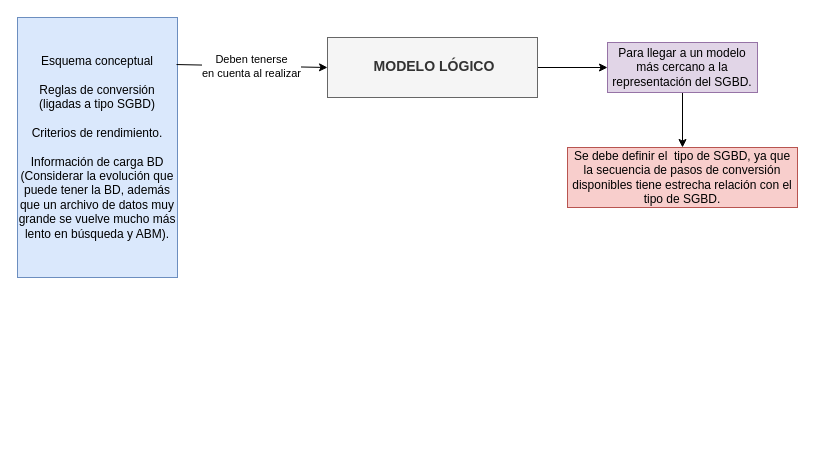
Above: page "Modelo lógico" (4 of 4) of Diagrama-resumen.drawio in senras/DBD (draw.io), before the change. Source tidied: cells renumbered, new cells numbered last; positions are measured from the earlier drawing's top-left corner, leaving out a move shared by most shapes. Both pictures are drawn from the tidied source at 100%, with x=0, y=0 at pixel (17, 17).
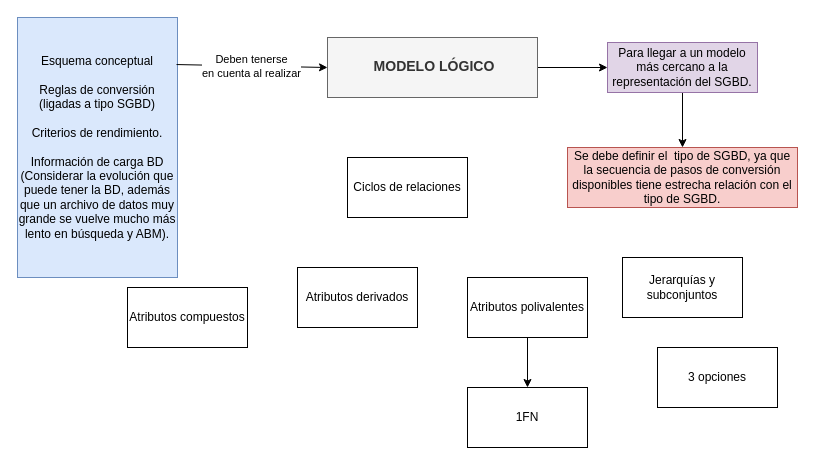
The same page after the edit.

Diff of the diagram source:
```diff
@@
 <mxGraphModel>
   <root>
     <mxCell id="0" />
     <mxCell id="1" parent="0" />
     <mxCell id="2" style="edgeStyle=orthogonalEdgeStyle;rounded=0;jettySize=auto;html=1;exitX=1;exitY=0.5;exitDx=0;exitDy=0;entryX=0;entryY=0.5;entryDx=0;entryDy=0;" parent="1" edge="1" source="3" target="5">
       <mxGeometry relative="1" as="geometry" />
     </mxCell>
     <mxCell id="3" value="&lt;h3&gt;&amp;nbsp;MODELO LÓGICO&lt;/h3&gt;" style="text;whiteSpace=wrap;html=1;align=center;fillColor=#f5f5f5;fontColor=#333333;strokeColor=#666666;" parent="1" vertex="1">
       <mxGeometry x="310" y="20" width="210" height="60" as="geometry" />
     </mxCell>
     <mxCell id="4" style="edgeStyle=orthogonalEdgeStyle;rounded=0;jettySize=auto;html=1;exitX=0.5;exitY=1;exitDx=0;exitDy=0;entryX=0.5;entryY=0;entryDx=0;entryDy=0;" parent="1" edge="1" source="5">
       <mxGeometry relative="1" as="geometry">
         <mxPoint x="665" y="130" as="targetPoint" />
       </mxGeometry>
     </mxCell>
     <mxCell id="5" value="Para llegar a un modelo más cercano a la representación del SGBD." style="text;html=1;strokeColor=#9673a6;fillColor=#e1d5e7;align=center;verticalAlign=middle;whiteSpace=wrap;rounded=0;" parent="1" vertex="1">
       <mxGeometry x="590" y="25" width="150" height="50" as="geometry" />
     </mxCell>
     <mxCell id="6" value="Se debe definir el&amp;nbsp; tipo de SGBD, ya que la secuencia de pasos de conversión disponibles tiene estrecha relación con el tipo de SGBD." style="text;html=1;strokeColor=#b85450;fillColor=#f8cecc;align=center;verticalAlign=middle;whiteSpace=wrap;rounded=0;" parent="1" vertex="1">
       <mxGeometry x="550" y="130" width="230" height="60" as="geometry" />
     </mxCell>
     <mxCell id="7" value="Esquema conceptual&lt;br&gt;&lt;br&gt;Reglas de conversión (ligadas a tipo SGBD)&lt;br&gt;&lt;br&gt;Criterios de rendimiento.&lt;br&gt;&lt;br&gt;Información de carga BD&lt;br&gt;(Considerar la evolución que puede tener la BD, además que un archivo de datos muy grande se vuelve mucho más lento en búsqueda y ABM)." style="rounded=0;whiteSpace=wrap;html=1;fillColor=#dae8fc;strokeColor=#6c8ebf;" parent="1" vertex="1">
       <mxGeometry width="160" height="260" as="geometry" />
     </mxCell>
     <mxCell id="8" value="Deben tenerse&lt;br&gt;en cuenta al realizar" style="endArrow=classic;html=1;rounded=0;exitX=0.994;exitY=0.181;exitDx=0;exitDy=0;entryX=0;entryY=0.5;entryDx=0;entryDy=0;exitPerimeter=0;" parent="1" edge="1" source="7" target="3">
       <mxGeometry relative="1" as="geometry" />
     </mxCell>
+    <mxCell id="9" value="Atributos derivados" style="rounded=0;whiteSpace=wrap;html=1;" parent="1" vertex="1">
+      <mxGeometry x="280" y="250" width="120" height="60" as="geometry" />
+    </mxCell>
+    <mxCell id="10" value="Ciclos de relaciones" style="rounded=0;whiteSpace=wrap;html=1;" parent="1" vertex="1">
+      <mxGeometry x="330" y="140" width="120" height="60" as="geometry" />
+    </mxCell>
+    <mxCell id="11" style="edgeStyle=orthogonalEdgeStyle;rounded=0;jettySize=auto;html=1;exitX=0.5;exitY=1;exitDx=0;exitDy=0;entryX=0.5;entryY=0;entryDx=0;entryDy=0;" parent="1" edge="1" source="12" target="15">
+      <mxGeometry relative="1" as="geometry" />
+    </mxCell>
+    <mxCell id="12" value="Atributos polivalentes" style="rounded=0;whiteSpace=wrap;html=1;" parent="1" vertex="1">
+      <mxGeometry x="450" y="260" width="120" height="60" as="geometry" />
+    </mxCell>
+    <mxCell id="13" value="Atributos compuestos" style="rounded=0;whiteSpace=wrap;html=1;" parent="1" vertex="1">
+      <mxGeometry x="110" y="270" width="120" height="60" as="geometry" />
+    </mxCell>
+    <mxCell id="14" value="Jerarquías y subconjuntos" style="rounded=0;whiteSpace=wrap;html=1;" parent="1" vertex="1">
+      <mxGeometry x="605" y="240" width="120" height="60" as="geometry" />
+    </mxCell>
+    <mxCell id="15" value="1FN" style="rounded=0;whiteSpace=wrap;html=1;" parent="1" vertex="1">
+      <mxGeometry x="450" y="370" width="120" height="60" as="geometry" />
+    </mxCell>
+    <mxCell id="16" value="3 opciones" style="rounded=0;whiteSpace=wrap;html=1;" parent="1" vertex="1">
+      <mxGeometry x="640" y="330" width="120" height="60" as="geometry" />
+    </mxCell>
   </root>
 </mxGraphModel>
```
